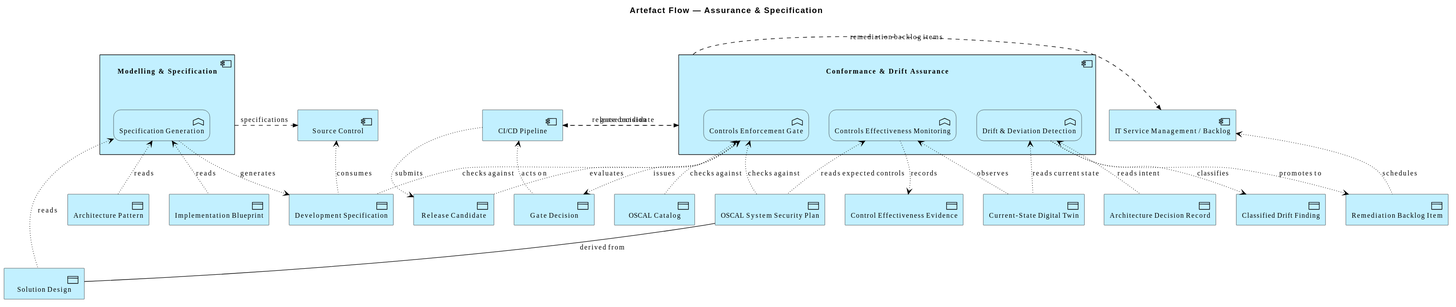
Before: architecture/model/diagrams/application/artefact-assurance-spec.svg, a diagram exported from PlantUML (wolffy-au/frictionless-architect). Its diagram source:
```plantuml
@startuml
!include <archimate/Archimate>

title Artefact Flow — Assurance & Specification

Application_Component(e_id492c882252a953, "Conformance & Drift Assurance") {
  Application_Function(e_idbf7bcc015b2d5d, "Controls Enforcement Gate")
  Application_Function(e_id40274d7630725c, "Controls Effectiveness Monitoring")
  Application_Function(e_id5447be33805351, "Drift & Deviation Detection")
}
Application_Component(e_id82f04fecbdd85e, "Modelling & Specification") {
  Application_Function(e_id4cb42acdf9de59, "Specification Generation")
}
Application_Component(e_id4a7b9c4171d855, "Source Control")
Application_Component(e_iddc67769c419e5d, "CI/CD Pipeline")
Application_Component(e_idaabfebfc7b9858, "IT Service Management / Backlog")
Application_DataObject(e_idddf65887d53f57, "OSCAL Catalog")
Application_DataObject(e_id20c3b0ad770d57, "OSCAL System Security Plan")
Application_DataObject(e_idd89db32a51b55a, "Architecture Pattern")
Application_DataObject(e_id6599578e1d1057, "Implementation Blueprint")
Application_DataObject(e_id506d57a987bb51, "Solution Design")
Application_DataObject(e_id20c5428a37355f, "Current-State Digital Twin")
Application_DataObject(e_idecfad6920d135b, "Architecture Decision Record")
Application_DataObject(e_id93e27550f23655, "Release Candidate")
Application_DataObject(e_idfc003fff746357, "Gate Decision")
Application_DataObject(e_idccf5eb3e5a985e, "Control Effectiveness Evidence")
Application_DataObject(e_id1c39613a2dec56, "Classified Drift Finding")
Application_DataObject(e_idf689dee540f85d, "Remediation Backlog Item")
Application_DataObject(e_id103558edb3e153, "Development Specification")

Rel_Flow_Right(e_iddc67769c419e5d, e_id492c882252a953, "release candidate")
Rel_Flow_Right(e_id492c882252a953, e_iddc67769c419e5d, "gate decision")
Rel_Flow_Right(e_id492c882252a953, e_idaabfebfc7b9858, "remediation backlog items")
Rel_Flow_Right(e_id82f04fecbdd85e, e_id4a7b9c4171d855, "specifications")
Rel_Association(e_id20c3b0ad770d57, e_id506d57a987bb51, "derived from")
Rel_Access_r(e_id4cb42acdf9de59, e_idd89db32a51b55a, "reads")
Rel_Access_r(e_id4cb42acdf9de59, e_id6599578e1d1057, "reads")
Rel_Access_r(e_id4cb42acdf9de59, e_id506d57a987bb51, "reads")
Rel_Access_w(e_id4cb42acdf9de59, e_id103558edb3e153, "generates")
Rel_Access_r(e_id4a7b9c4171d855, e_id103558edb3e153, "consumes")
Rel_Access_w(e_iddc67769c419e5d, e_id93e27550f23655, "submits")
Rel_Access_r(e_idbf7bcc015b2d5d, e_id93e27550f23655, "evaluates")
Rel_Access_r(e_idbf7bcc015b2d5d, e_id103558edb3e153, "checks against")
Rel_Access_r(e_idbf7bcc015b2d5d, e_id20c3b0ad770d57, "checks against")
Rel_Access_r(e_idbf7bcc015b2d5d, e_idddf65887d53f57, "checks against")
Rel_Access_w(e_idbf7bcc015b2d5d, e_idfc003fff746357, "issues")
Rel_Access_r(e_iddc67769c419e5d, e_idfc003fff746357, "acts on")
Rel_Access_r(e_id40274d7630725c, e_id20c3b0ad770d57, "reads expected controls")
Rel_Access_r(e_id40274d7630725c, e_id20c5428a37355f, "observes")
Rel_Access_w(e_id40274d7630725c, e_idccf5eb3e5a985e, "records")
Rel_Access_r(e_id5447be33805351, e_id20c5428a37355f, "reads current state")
Rel_Access_r(e_id5447be33805351, e_idecfad6920d135b, "reads intent")
Rel_Access_w(e_id5447be33805351, e_id1c39613a2dec56, "classifies")
Rel_Access_w(e_id5447be33805351, e_idf689dee540f85d, "promotes to")
Rel_Access_r(e_idaabfebfc7b9858, e_idf689dee540f85d, "schedules")
@enduml
```
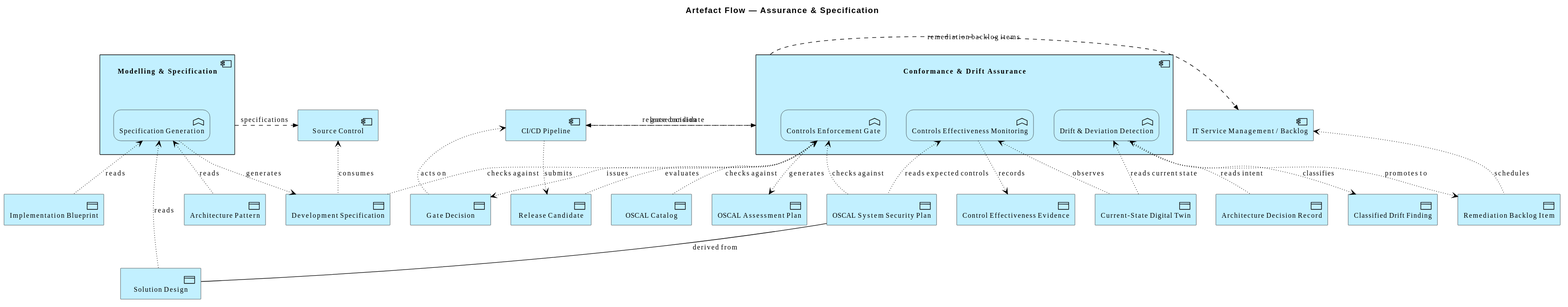
Later version of the same file.

Commit message:
feat(model): add OSCAL Assessment Plan sidecar to the pre-release gate check

Change to the diagram source:
```diff
@@ -22,6 +22,7 @@
 Application_DataObject(e_id20c5428a37355f, "Current-State Digital Twin")
 Application_DataObject(e_idecfad6920d135b, "Architecture Decision Record")
 Application_DataObject(e_id93e27550f23655, "Release Candidate")
+Application_DataObject(e_id697775b1740354, "OSCAL Assessment Plan")
 Application_DataObject(e_idfc003fff746357, "Gate Decision")
 Application_DataObject(e_idccf5eb3e5a985e, "Control Effectiveness Evidence")
 Application_DataObject(e_id1c39613a2dec56, "Classified Drift Finding")
@@ -43,6 +44,7 @@
 Rel_Access_r(e_idbf7bcc015b2d5d, e_id103558edb3e153, "checks against")
 Rel_Access_r(e_idbf7bcc015b2d5d, e_id20c3b0ad770d57, "checks against")
 Rel_Access_r(e_idbf7bcc015b2d5d, e_idddf65887d53f57, "checks against")
+Rel_Access_w(e_idbf7bcc015b2d5d, e_id697775b1740354, "generates")
 Rel_Access_w(e_idbf7bcc015b2d5d, e_idfc003fff746357, "issues")
 Rel_Access_r(e_iddc67769c419e5d, e_idfc003fff746357, "acts on")
 Rel_Access_r(e_id40274d7630725c, e_id20c3b0ad770d57, "reads expected controls")
```
